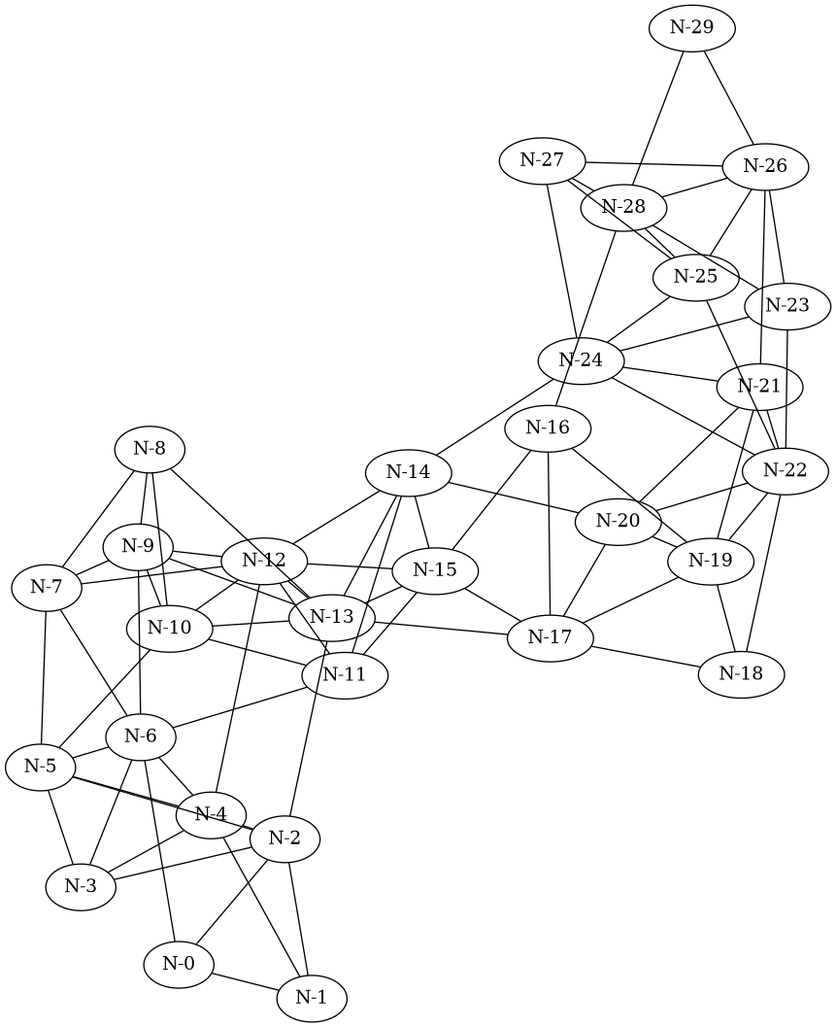
This is doc/30-nodos/Grafo-Barabási-Albert-No-Dirigido-n=30-d=3.png from ArielXL/daa-b25, a Graphviz export, as it was before one commit. Its source is kept beside it as doc/30-nodos/Grafo-Barabási-Albert-No-Dirigido-n=30-d=3.dot. The source it was exported from:
```dot
graph G {
    "N-0";
    "N-1";
    "N-2";
    "N-2";
    "N-3";
    "N-4";
    "N-5";
    "N-6";
    "N-7";
    "N-8";
    "N-9";
    "N-10";
    "N-11";
    "N-12";
    "N-13";
    "N-14";
    "N-15";
    "N-16";
    "N-17";
    "N-18";
    "N-19";
    "N-20";
    "N-21";
    "N-22";
    "N-23";
    "N-24";
    "N-25";
    "N-26";
    "N-27";
    "N-28";
    "N-29";
    "N-0" -- "N-1";
    "N-0" -- "N-2";
    "N-0" -- "N-6";
    "N-1" -- "N-2";
    "N-1" -- "N-4";
    "N-3" -- "N-2";
    "N-4" -- "N-2";
    "N-4" -- "N-3";
    "N-5" -- "N-3";
    "N-5" -- "N-4";
    "N-5" -- "N-2";
    "N-6" -- "N-4";
    "N-6" -- "N-3";
    "N-6" -- "N-5";
    "N-7" -- "N-5";
    "N-7" -- "N-6";
    "N-8" -- "N-7";
    "N-9" -- "N-7";
    "N-9" -- "N-6";
    "N-9" -- "N-8";
    "N-10" -- "N-8";
    "N-10" -- "N-5";
    "N-10" -- "N-9";
    "N-11" -- "N-10";
    "N-11" -- "N-6";
    "N-12" -- "N-10";
    "N-12" -- "N-11";
    "N-12" -- "N-7";
    "N-12" -- "N-4";
    "N-12" -- "N-9";
    "N-13" -- "N-12";
    "N-13" -- "N-9";
    "N-13" -- "N-2";
    "N-13" -- "N-8";
    "N-13" -- "N-10";
    "N-14" -- "N-13";
    "N-14" -- "N-12";
    "N-14" -- "N-11";
    "N-15" -- "N-14";
    "N-15" -- "N-13";
    "N-15" -- "N-12";
    "N-15" -- "N-11";
    "N-16" -- "N-15";
    "N-17" -- "N-15";
    "N-17" -- "N-16";
    "N-17" -- "N-13";
    "N-18" -- "N-17";
    "N-19" -- "N-18";
    "N-19" -- "N-16";
    "N-19" -- "N-17";
    "N-20" -- "N-14";
    "N-20" -- "N-19";
    "N-20" -- "N-17";
    "N-21" -- "N-19";
    "N-21" -- "N-20";
    "N-22" -- "N-20";
    "N-22" -- "N-19";
    "N-22" -- "N-18";
    "N-22" -- "N-21";
    "N-23" -- "N-22";
    "N-24" -- "N-22";
    "N-24" -- "N-21";
    "N-24" -- "N-23";
    "N-24" -- "N-14";
    "N-25" -- "N-24";
    "N-25" -- "N-22";
    "N-26" -- "N-23";
    "N-26" -- "N-25";
    "N-26" -- "N-21";
    "N-27" -- "N-25";
    "N-27" -- "N-26";
    "N-27" -- "N-24";
    "N-28" -- "N-27";
    "N-28" -- "N-16";
    "N-28" -- "N-23";
    "N-28" -- "N-25";
    "N-28" -- "N-26";
    "N-29" -- "N-26";
    "N-29" -- "N-28";
}
```
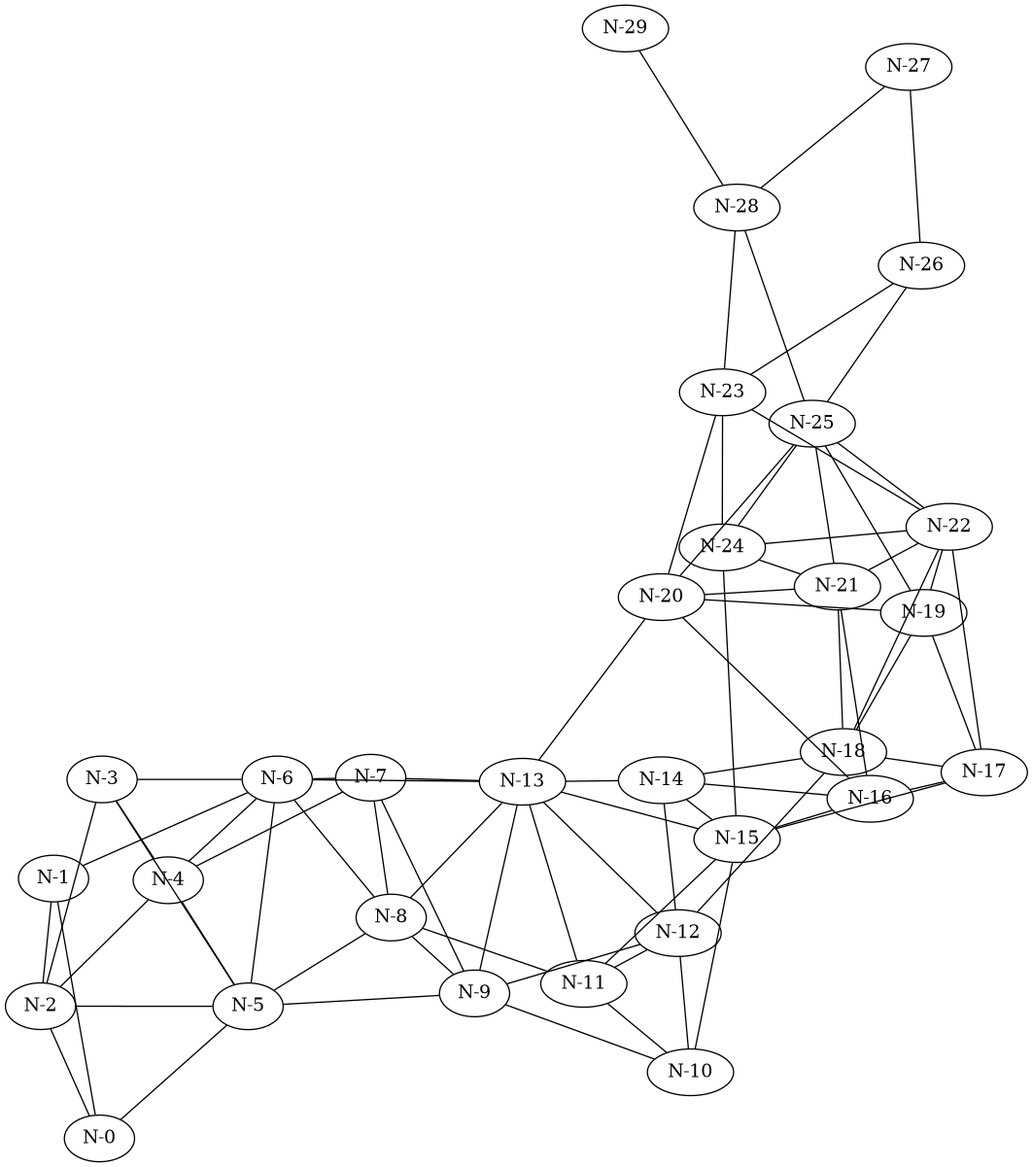
The same file after the commit.

The edit, as a diff of the source:
```diff
@@ -32,81 +32,79 @@
     "N-29";
     "N-0" -- "N-1";
     "N-0" -- "N-2";
-    "N-0" -- "N-6";
+    "N-0" -- "N-5";
     "N-1" -- "N-2";
-    "N-1" -- "N-4";
+    "N-1" -- "N-6";
     "N-3" -- "N-2";
     "N-4" -- "N-2";
     "N-4" -- "N-3";
+    "N-5" -- "N-2";
     "N-5" -- "N-3";
     "N-5" -- "N-4";
-    "N-5" -- "N-2";
+    "N-6" -- "N-3";
     "N-6" -- "N-4";
-    "N-6" -- "N-3";
     "N-6" -- "N-5";
-    "N-7" -- "N-5";
     "N-7" -- "N-6";
+    "N-7" -- "N-4";
+    "N-8" -- "N-6";
+    "N-8" -- "N-5";
     "N-8" -- "N-7";
     "N-9" -- "N-7";
-    "N-9" -- "N-6";
     "N-9" -- "N-8";
-    "N-10" -- "N-8";
-    "N-10" -- "N-5";
+    "N-9" -- "N-5";
     "N-10" -- "N-9";
+    "N-11" -- "N-8";
     "N-11" -- "N-10";
-    "N-11" -- "N-6";
     "N-12" -- "N-10";
+    "N-12" -- "N-9";
     "N-12" -- "N-11";
-    "N-12" -- "N-7";
-    "N-12" -- "N-4";
-    "N-12" -- "N-9";
+    "N-13" -- "N-7";
+    "N-13" -- "N-9";
+    "N-13" -- "N-11";
+    "N-13" -- "N-8";
+    "N-13" -- "N-6";
     "N-13" -- "N-12";
-    "N-13" -- "N-9";
-    "N-13" -- "N-2";
-    "N-13" -- "N-8";
-    "N-13" -- "N-10";
+    "N-14" -- "N-12";
     "N-14" -- "N-13";
-    "N-14" -- "N-12";
-    "N-14" -- "N-11";
     "N-15" -- "N-14";
     "N-15" -- "N-13";
-    "N-15" -- "N-12";
     "N-15" -- "N-11";
+    "N-15" -- "N-10";
     "N-16" -- "N-15";
+    "N-16" -- "N-14";
+    "N-17" -- "N-16";
     "N-17" -- "N-15";
-    "N-17" -- "N-16";
-    "N-17" -- "N-13";
     "N-18" -- "N-17";
+    "N-18" -- "N-12";
+    "N-18" -- "N-14";
+    "N-19" -- "N-17";
     "N-19" -- "N-18";
-    "N-19" -- "N-16";
-    "N-19" -- "N-17";
-    "N-20" -- "N-14";
     "N-20" -- "N-19";
-    "N-20" -- "N-17";
-    "N-21" -- "N-19";
+    "N-20" -- "N-16";
+    "N-20" -- "N-13";
+    "N-21" -- "N-18";
     "N-21" -- "N-20";
-    "N-22" -- "N-20";
+    "N-21" -- "N-16";
     "N-22" -- "N-19";
+    "N-22" -- "N-21";
     "N-22" -- "N-18";
-    "N-22" -- "N-21";
+    "N-22" -- "N-17";
+    "N-23" -- "N-20";
     "N-23" -- "N-22";
+    "N-24" -- "N-23";
+    "N-24" -- "N-21";
     "N-24" -- "N-22";
-    "N-24" -- "N-21";
-    "N-24" -- "N-23";
-    "N-24" -- "N-14";
+    "N-24" -- "N-15";
+    "N-25" -- "N-22";
     "N-25" -- "N-24";
-    "N-25" -- "N-22";
+    "N-25" -- "N-19";
+    "N-25" -- "N-20";
+    "N-25" -- "N-21";
+    "N-26" -- "N-25";
     "N-26" -- "N-23";
-    "N-26" -- "N-25";
-    "N-26" -- "N-21";
-    "N-27" -- "N-25";
     "N-27" -- "N-26";
-    "N-27" -- "N-24";
+    "N-28" -- "N-25";
+    "N-28" -- "N-23";
     "N-28" -- "N-27";
-    "N-28" -- "N-16";
-    "N-28" -- "N-23";
-    "N-28" -- "N-25";
-    "N-28" -- "N-26";
-    "N-29" -- "N-26";
     "N-29" -- "N-28";
 }
```
